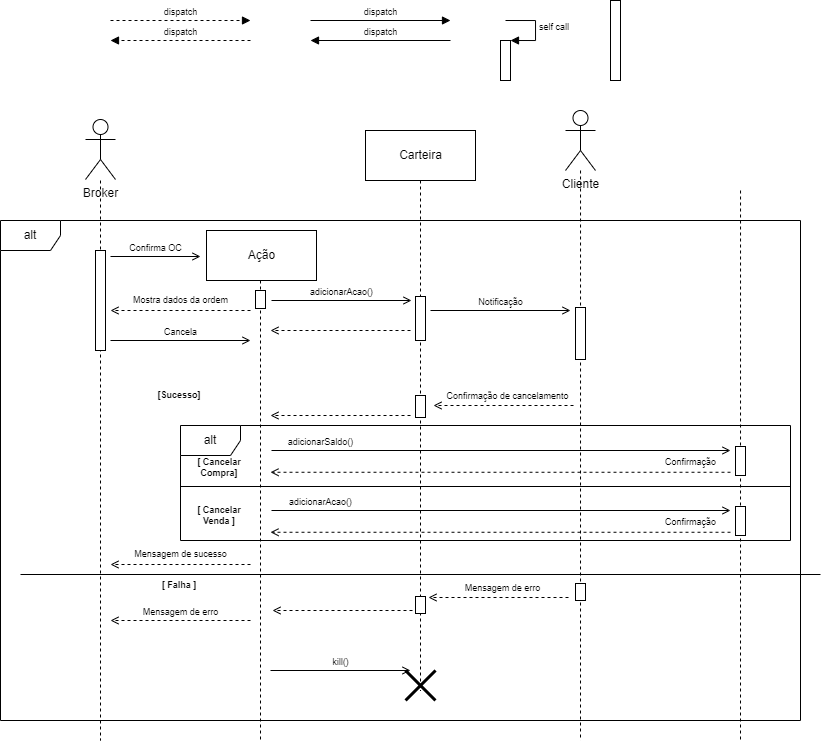
Before: MarketDiagramasDeSequencia/MarketSequencia04.drawio.png, a diagram exported from draw.io (EijiDogen/FEI_MDSMarket). Source tidied: cells renumbered, new cells last; positions are measured from the earlier drawing's top-left corner, leaving out a move shared by most shapes.
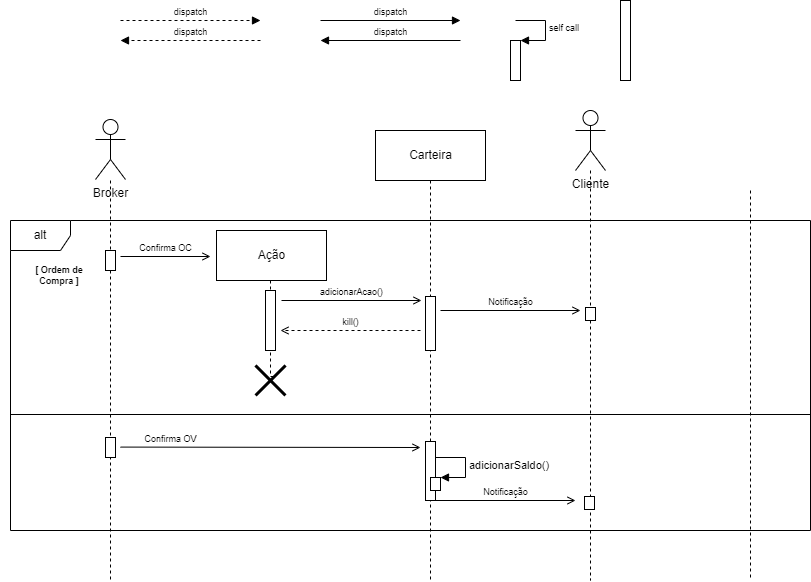
The same diagram one commit later.

The edit, as a diff of the source:
```diff
@@ -3,83 +3,51 @@
     <mxCell id="0" />
     <mxCell id="1" value="Frames" parent="0" />
     <mxCell id="2" value="alt" style="shape=umlFrame;whiteSpace=wrap;html=1;" parent="1" vertex="1">
-      <mxGeometry y="220" width="800" height="500" as="geometry" />
+      <mxGeometry y="220" width="800" height="310" as="geometry" />
     </mxCell>
-    <mxCell id="3" value="[Sucesso]" style="text;html=1;strokeColor=none;fillColor=none;align=center;verticalAlign=middle;whiteSpace=wrap;rounded=0;fontSize=9;fontStyle=1;" parent="1" vertex="1">
-      <mxGeometry x="120" y="380" width="118" height="30" as="geometry" />
+    <mxCell id="3" value="[ Ordem de&lt;br&gt;Compra ]" style="text;html=1;strokeColor=none;fillColor=none;align=center;verticalAlign=middle;whiteSpace=wrap;rounded=0;fontSize=9;fontStyle=1;" parent="1" vertex="1">
+      <mxGeometry x="-10" y="260" width="118" height="30" as="geometry" />
     </mxCell>
     <mxCell id="4" style="line;strokeWidth=1;fillColor=none;align=left;verticalAlign=middle;spacingTop=-1;spacingLeft=3;spacingRight=3;labelPosition=right;" parent="1" vertex="1">
-      <mxGeometry x="20" y="570" width="800" height="8" as="geometry" />
+      <mxGeometry y="410" width="800" height="8" as="geometry" />
     </mxCell>
-    <mxCell id="5" value="alt" style="shape=umlFrame;whiteSpace=wrap;html=1;" parent="1" vertex="1">
-      <mxGeometry x="180" y="425" width="610" height="115" as="geometry" />
-    </mxCell>
-    <mxCell id="6" style="line;strokeWidth=1;fillColor=none;align=left;verticalAlign=middle;spacingTop=-1;spacingLeft=3;spacingRight=3;labelPosition=right;" parent="1" vertex="1">
-      <mxGeometry x="180" y="482" width="610" height="8" as="geometry" />
-    </mxCell>
-    <mxCell id="7" style="html=1;verticalAlign=bottom;endArrow=open;rounded=0;fontSize=9;dashed=1;endFill=0;" parent="1" edge="1">
-      <mxGeometry relative="1" as="geometry">
-        <mxPoint x="730" y="471.8" as="sourcePoint" />
-        <mxPoint x="270" y="471.8" as="targetPoint" />
-      </mxGeometry>
-    </mxCell>
-    <mxCell id="8" value="Confirmação" style="edgeLabel;html=1;align=center;verticalAlign=middle;fontSize=9;" parent="7" vertex="1">
-      <mxGeometry x="0.11" y="-1" relative="1" as="geometry">
-        <mxPoint x="215" y="-9" as="offset" />
-      </mxGeometry>
-    </mxCell>
-    <mxCell id="9" value="[ Falha ]" style="text;html=1;strokeColor=none;fillColor=none;align=center;verticalAlign=middle;whiteSpace=wrap;rounded=0;fontSize=9;fontStyle=1;" parent="1" vertex="1">
-      <mxGeometry x="120" y="570" width="118" height="30" as="geometry" />
-    </mxCell>
-    <mxCell id="10" value="[ Cancelar&lt;br&gt;Compra]" style="text;html=1;strokeColor=none;fillColor=none;align=center;verticalAlign=middle;whiteSpace=wrap;rounded=0;fontSize=9;fontStyle=1;" parent="1" vertex="1">
-      <mxGeometry x="160" y="452" width="118" height="30" as="geometry" />
-    </mxCell>
-    <mxCell id="11" value="[ Cancelar&lt;br&gt;Venda ]" style="text;html=1;strokeColor=none;fillColor=none;align=center;verticalAlign=middle;whiteSpace=wrap;rounded=0;fontSize=9;fontStyle=1;" parent="1" vertex="1">
-      <mxGeometry x="160" y="500" width="118" height="30" as="geometry" />
-    </mxCell>
     <mxCell id="12" value="Lifeline" parent="0" />
     <mxCell id="13" style="edgeStyle=orthogonalEdgeStyle;rounded=0;orthogonalLoop=1;jettySize=auto;html=1;dashed=1;endArrow=none;endFill=0;" parent="12" edge="1">
       <mxGeometry relative="1" as="geometry">
         <mxPoint x="100" y="180" as="sourcePoint" />
-        <mxPoint x="100" y="740" as="targetPoint" />
+        <mxPoint x="100" y="580" as="targetPoint" />
         <Array as="points">
-          <mxPoint x="100" y="740" />
+          <mxPoint x="100" y="580" />
         </Array>
       </mxGeometry>
     </mxCell>
     <mxCell id="14" style="edgeStyle=orthogonalEdgeStyle;rounded=0;orthogonalLoop=1;jettySize=auto;html=1;dashed=1;endArrow=none;endFill=0;" parent="12" edge="1">
       <mxGeometry relative="1" as="geometry">
         <mxPoint x="740" y="190" as="sourcePoint" />
-        <mxPoint x="740" y="740" as="targetPoint" />
+        <mxPoint x="740" y="580" as="targetPoint" />
         <Array as="points">
-          <mxPoint x="740" y="740" />
+          <mxPoint x="740" y="580" />
         </Array>
       </mxGeometry>
     </mxCell>
-    <mxCell id="15" value="kill()" style="html=1;verticalAlign=bottom;endArrow=open;rounded=0;fontSize=9;endFill=0;" parent="12" edge="1">
-      <mxGeometry relative="1" as="geometry">
-        <mxPoint x="270" y="670" as="sourcePoint" />
-        <mxPoint x="410" y="670" as="targetPoint" />
-      </mxGeometry>
-    </mxCell>
     <mxCell id="16" value="Cliente" style="shape=umlActor;verticalLabelPosition=bottom;verticalAlign=top;html=1;" parent="12" vertex="1">
       <mxGeometry x="565" y="110" width="30" height="60" as="geometry" />
     </mxCell>
     <mxCell id="17" style="edgeStyle=orthogonalEdgeStyle;rounded=0;orthogonalLoop=1;jettySize=auto;html=1;dashed=1;endArrow=none;endFill=0;anchorPointDirection=1;" parent="12" edge="1">
       <mxGeometry relative="1" as="geometry">
         <mxPoint x="420" y="180" as="sourcePoint" />
-        <mxPoint x="420" y="690" as="targetPoint" />
+        <mxPoint x="420" y="580" as="targetPoint" />
         <Array as="points">
-          <mxPoint x="420" y="690" />
+          <mxPoint x="420" y="580" />
         </Array>
       </mxGeometry>
     </mxCell>
     <mxCell id="18" style="edgeStyle=orthogonalEdgeStyle;rounded=0;orthogonalLoop=1;jettySize=auto;html=1;dashed=1;endArrow=none;endFill=0;" parent="12" edge="1">
       <mxGeometry relative="1" as="geometry">
         <mxPoint x="580" y="170" as="sourcePoint" />
-        <mxPoint x="580" y="740" as="targetPoint" />
+        <mxPoint x="580" y="580" as="targetPoint" />
         <Array as="points">
-          <mxPoint x="580" y="740" />
+          <mxPoint x="580" y="580" />
         </Array>
       </mxGeometry>
     </mxCell>
@@ -92,9 +60,9 @@
     <mxCell id="21" style="edgeStyle=orthogonalEdgeStyle;rounded=0;orthogonalLoop=1;jettySize=auto;html=1;endArrow=none;endFill=0;dashed=1;" parent="12" edge="1">
       <mxGeometry relative="1" as="geometry">
         <mxPoint x="260" y="280" as="sourcePoint" />
-        <mxPoint x="260" y="740" as="targetPoint" />
+        <mxPoint x="263" y="376" as="targetPoint" />
         <Array as="points">
-          <mxPoint x="260" y="740" />
+          <mxPoint x="260" y="376" />
         </Array>
       </mxGeometry>
     </mxCell>
@@ -106,26 +74,37 @@
       <mxGeometry x="610" width="10" height="80" as="geometry" />
     </mxCell>
     <mxCell id="25" style="html=1;perimeter=orthogonalPerimeter;fontSize=9;" parent="23" vertex="1">
-      <mxGeometry x="95" y="250" width="10" height="100" as="geometry" />
+      <mxGeometry x="95" y="250" width="10" height="20" as="geometry" />
     </mxCell>
     <mxCell id="26" style="html=1;perimeter=orthogonalPerimeter;fontSize=9;" parent="23" vertex="1">
-      <mxGeometry x="255" y="290" width="10" height="18" as="geometry" />
+      <mxGeometry x="255" y="290" width="10" height="60" as="geometry" />
     </mxCell>
-    <mxCell id="27" style="html=1;perimeter=orthogonalPerimeter;fontSize=9;" parent="23" vertex="1">
-      <mxGeometry x="415" y="395" width="10" height="22" as="geometry" />
-    </mxCell>
     <mxCell id="28" style="html=1;perimeter=orthogonalPerimeter;fontSize=9;" parent="23" vertex="1">
-      <mxGeometry x="575" y="307" width="10" height="52" as="geometry" />
+      <mxGeometry x="575" y="307" width="10" height="13" as="geometry" />
     </mxCell>
-    <mxCell id="29" style="html=1;perimeter=orthogonalPerimeter;fontSize=9;" parent="23" vertex="1">
-      <mxGeometry x="415" y="596" width="10" height="17" as="geometry" />
-    </mxCell>
-    <mxCell id="30" style="html=1;perimeter=orthogonalPerimeter;fontSize=9;" parent="23" vertex="1">
-      <mxGeometry x="735" y="446" width="10" height="29" as="geometry" />
-    </mxCell>
-    <mxCell id="31" style="html=1;perimeter=orthogonalPerimeter;fontSize=9;" parent="23" vertex="1">
-      <mxGeometry x="735" y="506" width="10" height="29" as="geometry" />
-    </mxCell>
+    <mxCell id="62" style="html=1;perimeter=orthogonalPerimeter;fontSize=9;" parent="23" vertex="1">
+      <mxGeometry x="415" y="441" width="10" height="59" as="geometry" />
+    </mxCell>
+    <mxCell id="63" style="html=1;points=[];perimeter=orthogonalPerimeter;" parent="23" vertex="1">
+      <mxGeometry x="420" y="477" width="10" height="13" as="geometry" />
+    </mxCell>
+    <mxCell id="46" value="adicionarSaldo()" style="edgeStyle=orthogonalEdgeStyle;html=1;align=left;spacingLeft=2;endArrow=block;rounded=0;entryX=1;entryY=0;" parent="23" edge="1" target="63">
+      <mxGeometry relative="1" as="geometry">
+        <mxPoint x="425" y="457" as="sourcePoint" />
+        <Array as="points">
+          <mxPoint x="455" y="457" />
+        </Array>
+      </mxGeometry>
+    </mxCell>
+    <mxCell id="64" value="Notificação" style="html=1;verticalAlign=bottom;endArrow=open;rounded=0;fontSize=9;endFill=0;" parent="23" edge="1">
+      <mxGeometry relative="1" as="geometry">
+        <mxPoint x="425" y="500" as="sourcePoint" />
+        <mxPoint x="565" y="500" as="targetPoint" />
+      </mxGeometry>
+    </mxCell>
+    <mxCell id="65" style="html=1;perimeter=orthogonalPerimeter;fontSize=9;" parent="23" vertex="1">
+      <mxGeometry x="574" y="496" width="10" height="13" as="geometry" />
+    </mxCell>
     <mxCell id="32" value="Messages" parent="0" />
     <mxCell id="33" value="Confirma OC" style="html=1;verticalAlign=bottom;endArrow=open;rounded=0;fontSize=9;endFill=0;" parent="32" edge="1">
       <mxGeometry relative="1" as="geometry">
@@ -168,123 +147,38 @@
         </Array>
       </mxGeometry>
     </mxCell>
-    <mxCell id="40" style="html=1;verticalAlign=bottom;endArrow=open;rounded=0;fontSize=9;dashed=1;endFill=0;" parent="32" edge="1">
+    <mxCell id="40" value="kill()" style="html=1;verticalAlign=bottom;endArrow=open;rounded=0;fontSize=9;dashed=1;endFill=0;" parent="32" edge="1">
       <mxGeometry relative="1" as="geometry">
         <mxPoint x="410" y="330" as="sourcePoint" />
         <mxPoint x="270" y="330" as="targetPoint" />
       </mxGeometry>
     </mxCell>
     <mxCell id="41" style="html=1;perimeter=orthogonalPerimeter;fontSize=9;" parent="32" vertex="1">
-      <mxGeometry x="415" y="296" width="10" height="44" as="geometry" />
+      <mxGeometry x="415" y="296" width="10" height="54" as="geometry" />
     </mxCell>
-    <mxCell id="42" style="html=1;verticalAlign=bottom;endArrow=open;rounded=0;dashed=1;fontSize=9;endFill=0;" parent="32" edge="1">
-      <mxGeometry relative="1" as="geometry">
-        <mxPoint x="250" y="564" as="sourcePoint" />
-        <mxPoint x="110" y="564" as="targetPoint" />
-      </mxGeometry>
-    </mxCell>
-    <mxCell id="43" value="Mensagem de sucesso" style="edgeLabel;html=1;align=center;verticalAlign=middle;fontSize=9;" parent="42" vertex="1">
-      <mxGeometry x="0.16" y="-3" relative="1" as="geometry">
-        <mxPoint x="11" y="-7" as="offset" />
-      </mxGeometry>
-    </mxCell>
-    <mxCell id="44" value="Cancela" style="html=1;verticalAlign=bottom;endArrow=open;rounded=0;fontSize=9;endFill=0;" parent="32" edge="1">
-      <mxGeometry relative="1" as="geometry">
-        <mxPoint x="110" y="340" as="sourcePoint" />
-        <mxPoint x="250" y="340" as="targetPoint" />
-      </mxGeometry>
-    </mxCell>
-    <mxCell id="45" value="Mensagem de erro" style="html=1;verticalAlign=bottom;endArrow=open;rounded=0;fontSize=9;dashed=1;endFill=0;" parent="32" edge="1">
-      <mxGeometry relative="1" as="geometry">
-        <mxPoint x="250" y="620" as="sourcePoint" />
-        <mxPoint x="110" y="620" as="targetPoint" />
-      </mxGeometry>
-    </mxCell>
-    <mxCell id="46" value="adicionarSaldo()" style="html=1;verticalAlign=bottom;endArrow=open;rounded=0;fontSize=9;endFill=0;" parent="32" edge="1">
-      <mxGeometry x="-0.79" relative="1" as="geometry">
-        <mxPoint x="271" y="450" as="sourcePoint" />
-        <mxPoint x="730" y="450" as="targetPoint" />
-      </mxGeometry>
-    </mxCell>
-    <mxCell id="47" style="shape=umlDestroy;whiteSpace=wrap;html=1;strokeWidth=3;fontSize=9;" parent="32" vertex="1">
-      <mxGeometry x="405" y="670" width="30" height="30" as="geometry" />
-    </mxCell>
-    <mxCell id="48" style="html=1;verticalAlign=bottom;endArrow=open;rounded=0;fontSize=9;dashed=1;endFill=0;" parent="32" edge="1">
-      <mxGeometry relative="1" as="geometry">
-        <mxPoint x="250" y="310" as="sourcePoint" />
-        <mxPoint x="110" y="310" as="targetPoint" />
-      </mxGeometry>
-    </mxCell>
-    <mxCell id="49" value="Mostra dados da ordem" style="edgeLabel;html=1;align=center;verticalAlign=middle;fontSize=9;" parent="48" vertex="1">
-      <mxGeometry x="0.45" y="3" relative="1" as="geometry">
-        <mxPoint x="31" y="-13" as="offset" />
-      </mxGeometry>
-    </mxCell>
     <mxCell id="50" value="adicionarAcao()" style="html=1;verticalAlign=bottom;endArrow=open;rounded=0;fontSize=9;endFill=0;" parent="32" edge="1">
       <mxGeometry relative="1" as="geometry">
         <mxPoint x="271" y="300" as="sourcePoint" />
         <mxPoint x="411" y="300" as="targetPoint" />
       </mxGeometry>
     </mxCell>
-    <mxCell id="51" style="html=1;verticalAlign=bottom;endArrow=open;rounded=0;fontSize=9;dashed=1;endFill=0;" parent="32" edge="1">
-      <mxGeometry relative="1" as="geometry">
-        <mxPoint x="410" y="415" as="sourcePoint" />
-        <mxPoint x="270" y="415" as="targetPoint" />
-      </mxGeometry>
-    </mxCell>
     <mxCell id="52" value="Notificação" style="html=1;verticalAlign=bottom;endArrow=open;rounded=0;fontSize=9;endFill=0;" parent="32" edge="1">
       <mxGeometry relative="1" as="geometry">
         <mxPoint x="430" y="310" as="sourcePoint" />
         <mxPoint x="570" y="310" as="targetPoint" />
       </mxGeometry>
     </mxCell>
-    <mxCell id="53" style="html=1;verticalAlign=bottom;endArrow=open;rounded=0;fontSize=9;dashed=1;endFill=0;" parent="32" edge="1">
-      <mxGeometry relative="1" as="geometry">
-        <mxPoint x="573" y="405" as="sourcePoint" />
-        <mxPoint x="433" y="405" as="targetPoint" />
-      </mxGeometry>
-    </mxCell>
-    <mxCell id="54" value="Confirmação de cancelamento" style="edgeLabel;html=1;align=center;verticalAlign=middle;fontSize=9;" parent="53" vertex="1">
-      <mxGeometry x="-0.21" y="-1" relative="1" as="geometry">
-        <mxPoint x="-11" y="-8" as="offset" />
-      </mxGeometry>
-    </mxCell>
-    <mxCell id="55" style="html=1;verticalAlign=bottom;endArrow=open;rounded=0;fontSize=9;dashed=1;endFill=0;" parent="32" edge="1">
-      <mxGeometry relative="1" as="geometry">
-        <mxPoint x="730" y="531.8" as="sourcePoint" />
-        <mxPoint x="270" y="531.8" as="targetPoint" />
-      </mxGeometry>
-    </mxCell>
-    <mxCell id="56" value="Confirmação" style="edgeLabel;html=1;align=center;verticalAlign=middle;fontSize=9;" parent="55" vertex="1">
-      <mxGeometry x="0.11" y="-1" relative="1" as="geometry">
-        <mxPoint x="215" y="-9" as="offset" />
-      </mxGeometry>
-    </mxCell>
-    <mxCell id="57" value="adicionarAcao()" style="html=1;verticalAlign=bottom;endArrow=open;rounded=0;fontSize=9;endFill=0;" parent="32" edge="1">
-      <mxGeometry x="-0.79" relative="1" as="geometry">
-        <mxPoint x="271" y="510" as="sourcePoint" />
-        <mxPoint x="730" y="510" as="targetPoint" />
-      </mxGeometry>
-    </mxCell>
-    <mxCell id="58" style="html=1;verticalAlign=bottom;endArrow=open;rounded=0;fontSize=9;dashed=1;endFill=0;" parent="32" edge="1">
-      <mxGeometry relative="1" as="geometry">
-        <mxPoint x="568" y="597" as="sourcePoint" />
-        <mxPoint x="428" y="597" as="targetPoint" />
-      </mxGeometry>
-    </mxCell>
-    <mxCell id="59" value="Mensagem de erro" style="edgeLabel;html=1;align=center;verticalAlign=middle;fontSize=9;" parent="58" vertex="1">
-      <mxGeometry x="-0.21" y="-1" relative="1" as="geometry">
-        <mxPoint x="-11" y="-8" as="offset" />
-      </mxGeometry>
-    </mxCell>
-    <mxCell id="60" style="html=1;perimeter=orthogonalPerimeter;fontSize=9;" parent="32" vertex="1">
-      <mxGeometry x="575" y="583" width="10" height="17" as="geometry" />
-    </mxCell>
-    <mxCell id="61" style="html=1;verticalAlign=bottom;endArrow=open;rounded=0;fontSize=9;dashed=1;endFill=0;" parent="32" edge="1">
-      <mxGeometry relative="1" as="geometry">
-        <mxPoint x="412" y="610" as="sourcePoint" />
-        <mxPoint x="272" y="610" as="targetPoint" />
-      </mxGeometry>
-    </mxCell>
+    <mxCell id="66" style="shape=umlDestroy;whiteSpace=wrap;html=1;strokeWidth=3;fontSize=9;" parent="32" vertex="1">
+      <mxGeometry x="245" y="365" width="30" height="30" as="geometry" />
+    </mxCell>
+    <mxCell id="67" style="html=1;perimeter=orthogonalPerimeter;fontSize=9;" parent="32" vertex="1">
+      <mxGeometry x="95" y="437" width="10" height="20" as="geometry" />
+    </mxCell>
+    <mxCell id="68" value="Confirma OV" style="html=1;verticalAlign=bottom;endArrow=open;rounded=0;fontSize=9;endFill=0;" parent="32" edge="1">
+      <mxGeometry x="-0.67" relative="1" as="geometry">
+        <mxPoint x="110" y="446.6" as="sourcePoint" />
+        <mxPoint x="410" y="447" as="targetPoint" />
+      </mxGeometry>
+    </mxCell>
   </root>
 </mxGraphModel>
```
